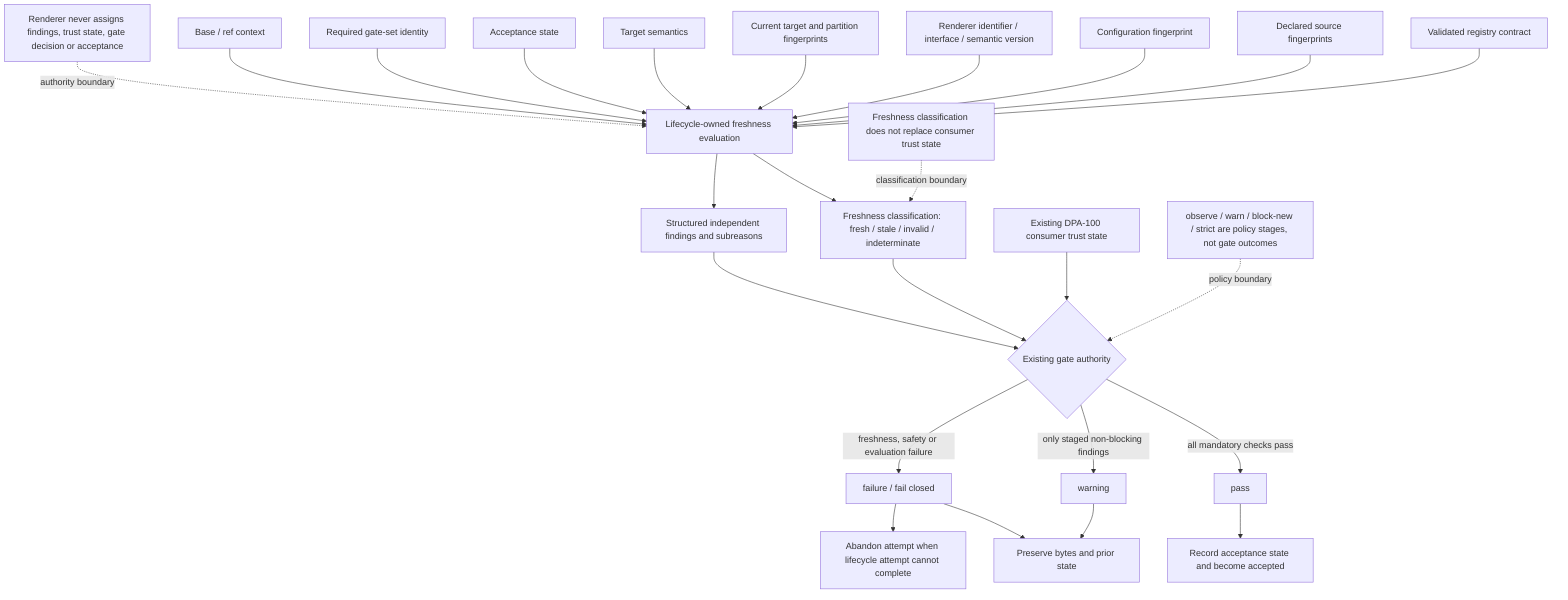
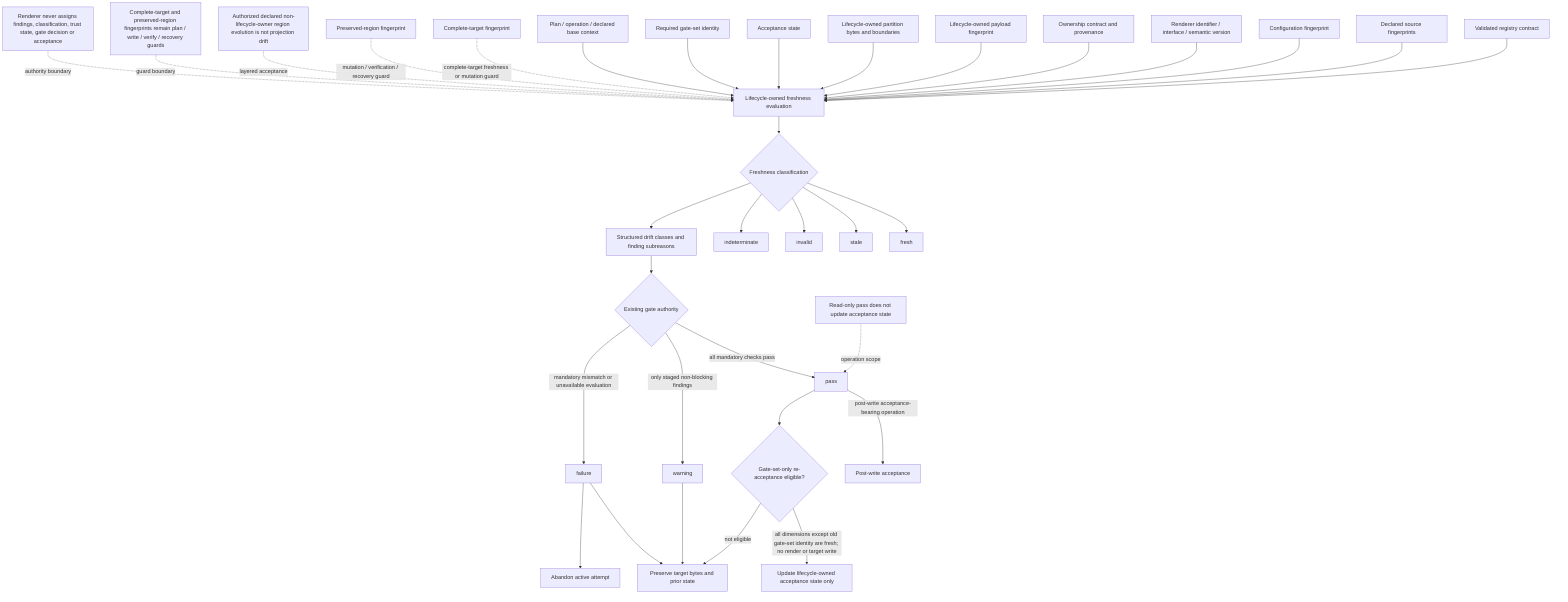
flowchart TD
    REG[Validated registry contract]
    SRC[Declared source fingerprints]
    CFG[Configuration fingerprint]
    REN[Renderer identifier / interface / semantic version]
-     TGT[Current target and partition fingerprints]
-     SEM[Target semantics]
+     OWN[Ownership contract and provenance]
+     PAY[Lifecycle-owned payload fingerprint]
+     PART[Lifecycle-owned partition bytes and boundaries]
+     WHOLE[Complete-target fingerprint]
+     PRES[Preserved-region fingerprint]
    ACC[Acceptance state]
    GSET[Required gate-set identity]
-     BASE[Base / ref context]
+     BASE[Plan / operation / declared base context]

    EVAL[Lifecycle-owned freshness evaluation]
-     CLASS[Freshness classification: fresh / stale / invalid / indeterminate]
-     FIND[Structured independent findings and subreasons]
-     TRUST[Existing DPA-100 consumer trust state]
+     CLASS{Freshness classification}
+     FIND[Structured drift classes and finding subreasons]
    GATE{Existing gate authority}
+ 
+     FRESH[fresh]
+     STALE[stale]
+     INVALID[invalid]
+     INDET[indeterminate]

    PASS[pass]
    WARNING[warning]
-     FAILURE[failure / fail closed]
-     ACCEPT[Record acceptance state and become accepted]
-     PRESERVE[Preserve bytes and prior state]
-     ABANDON[Abandon attempt when lifecycle attempt cannot complete]
+     FAILURE[failure]
+ 
+     ACCEPT[Post-write acceptance]
+     REACC{Gate-set-only re-acceptance eligible?}
+     STATE[Update lifecycle-owned acceptance state only]
+     PRESERVE[Preserve target bytes and prior state]
+     ABANDON[Abandon active attempt]

    REG --> EVAL
    SRC --> EVAL
    CFG --> EVAL
    REN --> EVAL
-     TGT --> EVAL
-     SEM --> EVAL
+     OWN --> EVAL
+     PAY --> EVAL
+     PART --> EVAL
    ACC --> EVAL
    GSET --> EVAL
    BASE --> EVAL

+     WHOLE -. complete-target freshness or mutation guard .-> EVAL
+     PRES -. mutation / verification / recovery guard .-> EVAL
+ 
    EVAL --> CLASS
-     EVAL --> FIND
-     CLASS --> GATE
+     CLASS --> FRESH
+     CLASS --> STALE
+     CLASS --> INVALID
+     CLASS --> INDET
+     CLASS --> FIND
    FIND --> GATE
-     TRUST --> GATE

    GATE -->|all mandatory checks pass| PASS
    GATE -->|only staged non-blocking findings| WARNING
-     GATE -->|freshness, safety or evaluation failure| FAILURE
+     GATE -->|mandatory mismatch or unavailable evaluation| FAILURE

-     PASS --> ACCEPT
+     PASS -->|post-write acceptance-bearing operation| ACCEPT
+     PASS --> REACC
+     REACC -->|all dimensions except old gate-set identity are fresh; no render or target write| STATE
+     REACC -->|not eligible| PRESERVE
+ 
    WARNING --> PRESERVE
    FAILURE --> PRESERVE
    FAILURE --> ABANDON

-     NOTE1[Freshness classification does not replace consumer trust state]
-     NOTE2[observe / warn / block-new / strict are policy stages, not gate outcomes]
-     NOTE3[Renderer never assigns findings, trust state, gate decision or acceptance]
-     NOTE1 -. classification boundary .-> CLASS
-     NOTE2 -. policy boundary .-> GATE
-     NOTE3 -. authority boundary .-> EVAL+     NOTE1[Authorized declared non-lifecycle-owner region evolution is not projection drift]
+     NOTE2[Complete-target and preserved-region fingerprints remain plan / write / verify / recovery guards]
+     NOTE3[Renderer never assigns findings, classification, trust state, gate decision or acceptance]
+     NOTE4[Read-only pass does not update acceptance state]
+ 
+     NOTE1 -. layered acceptance .-> EVAL
+     NOTE2 -. guard boundary .-> EVAL
+     NOTE3 -. authority boundary .-> EVAL
+     NOTE4 -. operation scope .-> PASS
